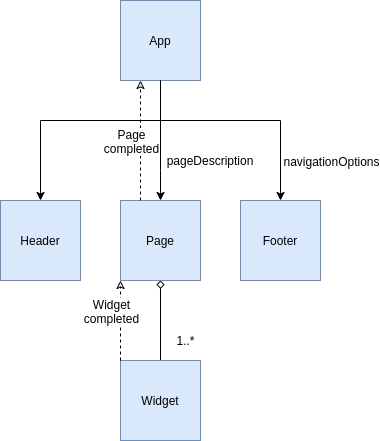
lustigo/refingerprint keeps this draw.io diagram as survey/img/structure.png. Above is the earlier version. Source tidied: cells renumbered, new cells last; positions are measured from the earlier drawing's top-left corner, leaving out a move shared by most shapes.
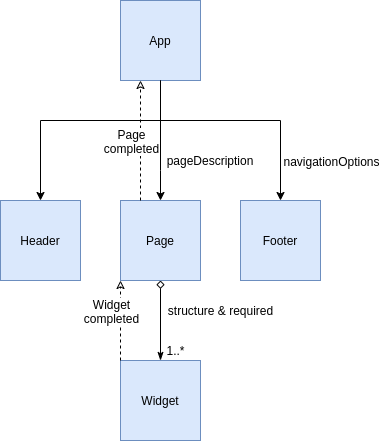
The same file after the commit.

Commit message:
fix: Survey Strukturdiagramm

What changed in the source:
```diff
@@ -16,7 +16,7 @@
     <mxCell id="4" value="Header" style="whiteSpace=wrap;html=1;fillColor=#dae8fc;strokeColor=#6c8ebf;" parent="1" vertex="1">
       <mxGeometry y="200" width="80" height="80" as="geometry" />
     </mxCell>
-    <mxCell id="5" style="edgeStyle=orthogonalEdgeStyle;rounded=0;jettySize=auto;html=1;endArrow=none;endFill=0;startArrow=diamond;startFill=0;" parent="1" edge="1" source="6" target="7">
+    <mxCell id="5" style="edgeStyle=orthogonalEdgeStyle;rounded=0;jettySize=auto;html=1;endArrow=classicThin;endFill=1;startArrow=diamond;startFill=0;" parent="1" edge="1" source="6" target="7">
       <mxGeometry relative="1" as="geometry" />
     </mxCell>
     <mxCell id="6" value="Page" style="whiteSpace=wrap;html=1;fillColor=#dae8fc;strokeColor=#6c8ebf;" parent="1" vertex="1">
@@ -59,7 +59,7 @@
       </mxGeometry>
     </mxCell>
     <mxCell id="15" value="1..*" style="text;html=1;align=center;verticalAlign=middle;" parent="1" vertex="1">
-      <mxGeometry x="170" y="330" width="30" height="20" as="geometry" />
+      <mxGeometry x="160" y="340" width="30" height="20" as="geometry" />
     </mxCell>
     <mxCell id="16" style="endArrow=classic;dashed=1;html=1;entryX=0;entryY=1;entryDx=0;entryDy=0;endFill=0;" parent="1" edge="1" target="6">
       <mxGeometry relative="1" as="geometry">
@@ -74,5 +74,8 @@
         <mxPoint x="-8" y="-30" as="offset" />
       </mxGeometry>
     </mxCell>
+    <mxCell id="18" value="structure &amp;amp; required" style="text;html=1;align=center;verticalAlign=middle;" parent="1" vertex="1">
+      <mxGeometry x="160" y="300" width="120" height="20" as="geometry" />
+    </mxCell>
   </root>
 </mxGraphModel>
```
